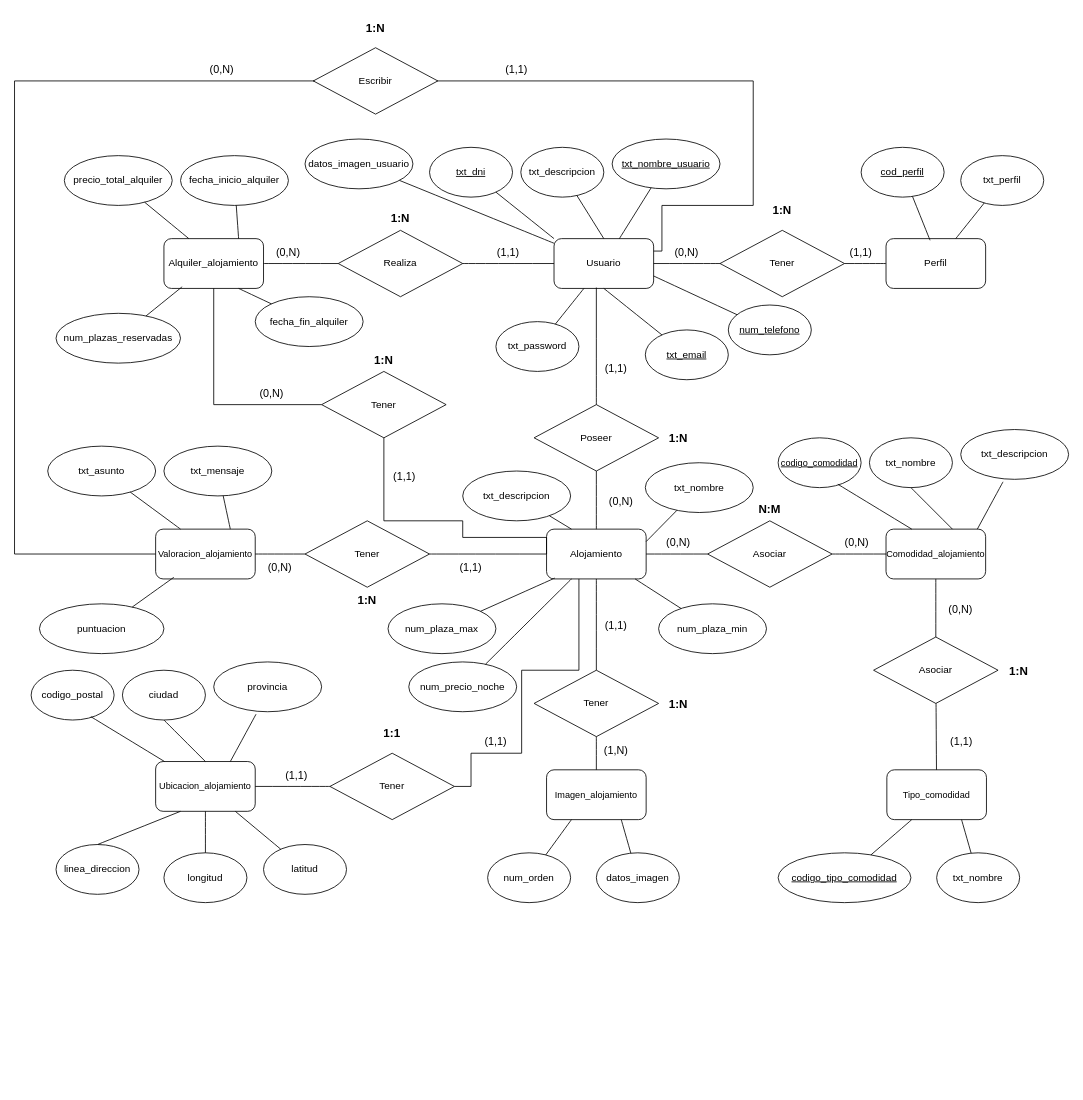
Above: public-resources/Base de Datos/Diagrama Entidad-Relacion.drawio in Juan-Martinx/portal_del_viajero-PI- (draw.io), before the change. Source tidied: cells renumbered, new cells numbered last; positions are measured from the earlier drawing's top-left corner, leaving out a move shared by most shapes. Both pictures are drawn from the tidied source at 83%, with x=0, y=0 at pixel (14, 14).
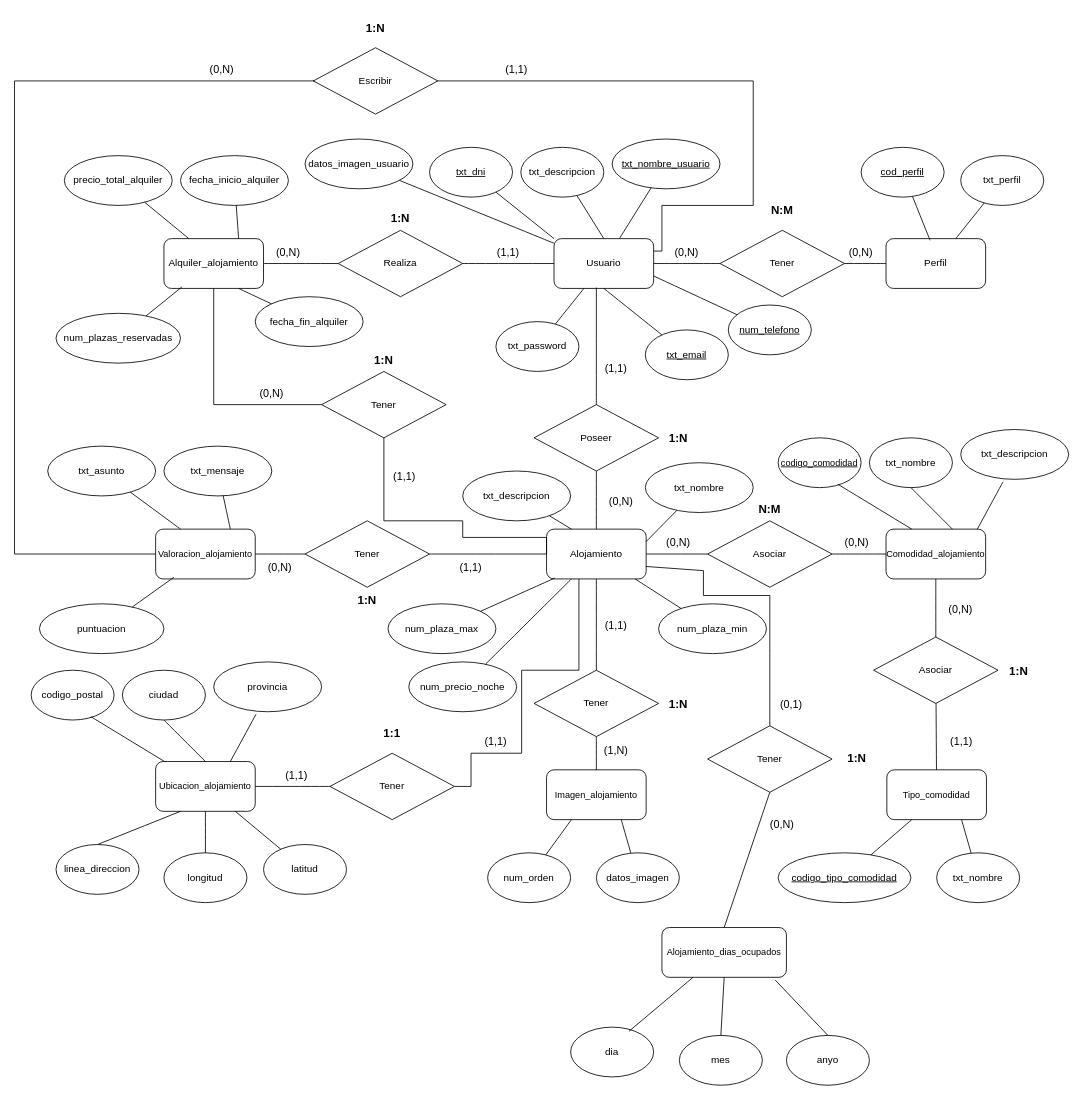
The same diagram, later.

Commit message:
Modificación diagrama entidad-relación.

Unchanged cells that the change refers to:
```xml
<mxCell id="31" value="Alojamiento" style="rounded=1;whiteSpace=wrap;html=1;" parent="1" vertex="1">
  <mxGeometry x="641" y="620" width="120" height="60" as="geometry" />
</mxCell>
```

Change to the diagram source:
```diff
@@
-    <mxCell id="13" value="&lt;font style=&quot;font-size: 13px;&quot;&gt;(1,1)&lt;/font&gt;" style="text;strokeColor=none;fillColor=none;html=1;align=center;verticalAlign=middle;whiteSpace=wrap;rounded=0;fontSize=16;" parent="1" vertex="1">
+    <mxCell id="13" value="&lt;font style=&quot;font-size: 13px;&quot;&gt;(0,N)&lt;/font&gt;" style="text;strokeColor=none;fillColor=none;html=1;align=center;verticalAlign=middle;whiteSpace=wrap;rounded=0;fontSize=16;" parent="1" vertex="1">
       <mxGeometry x="990" y="270" width="60" height="30" as="geometry" />
     </mxCell>
-    <mxCell id="14" value="&lt;font size=&quot;1&quot; style=&quot;&quot;&gt;&lt;b style=&quot;font-size: 14px;&quot;&gt;1:N&lt;/b&gt;&lt;/font&gt;" style="text;strokeColor=none;fillColor=none;html=1;align=center;verticalAlign=middle;whiteSpace=wrap;rounded=0;fontSize=16;" parent="1" vertex="1">
+    <mxCell id="14" value="&lt;font size=&quot;1&quot; style=&quot;&quot;&gt;&lt;b style=&quot;font-size: 14px;&quot;&gt;N:M&lt;/b&gt;&lt;/font&gt;" style="text;strokeColor=none;fillColor=none;html=1;align=center;verticalAlign=middle;whiteSpace=wrap;rounded=0;fontSize=16;" parent="1" vertex="1">
       <mxGeometry x="895" y="220" width="60" height="30" as="geometry" />
     </mxCell>
@@
+    <mxCell id="140" value="Tener" style="rhombus;whiteSpace=wrap;html=1;" parent="1" vertex="1">
+      <mxGeometry x="835" y="857" width="150" height="80" as="geometry" />
+    </mxCell>
+    <mxCell id="141" value="&lt;font style=&quot;font-size: 13px;&quot;&gt;(0,N)&lt;/font&gt;" style="text;strokeColor=none;fillColor=none;html=1;align=center;verticalAlign=middle;whiteSpace=wrap;rounded=0;fontSize=16;" parent="1" vertex="1">
+      <mxGeometry x="895" y="960" width="60" height="30" as="geometry" />
+    </mxCell>
+    <mxCell id="142" value="&lt;font style=&quot;font-size: 11px;&quot;&gt;Alojamiento_dias_ocupados&lt;/font&gt;" style="rounded=1;whiteSpace=wrap;html=1;" parent="1" vertex="1">
+      <mxGeometry x="780" y="1100" width="150" height="60" as="geometry" />
+    </mxCell>
+    <mxCell id="143" style="endArrow=none;html=1;rounded=0;entryX=1;entryY=0.75;entryDx=0;entryDy=0;exitX=0.5;exitY=0;exitDx=0;exitDy=0;" parent="1" edge="1" source="140" target="31">
+      <mxGeometry relative="1" as="geometry">
+        <Array as="points">
+          <mxPoint x="910" y="770" />
+          <mxPoint x="910" y="700" />
+          <mxPoint x="830" y="700" />
+          <mxPoint x="830" y="670" />
+        </Array>
+      </mxGeometry>
+    </mxCell>
+    <mxCell id="144" style="endArrow=none;html=1;rounded=0;entryX=0.5;entryY=1;entryDx=0;entryDy=0;exitX=0.5;exitY=0;exitDx=0;exitDy=0;" parent="1" edge="1" source="142" target="140">
+      <mxGeometry relative="1" as="geometry" />
+    </mxCell>
+    <mxCell id="145" value="&lt;font style=&quot;font-size: 13px;&quot;&gt;(0,1)&lt;/font&gt;" style="text;strokeColor=none;fillColor=none;html=1;align=center;verticalAlign=middle;whiteSpace=wrap;rounded=0;fontSize=16;" parent="1" vertex="1">
+      <mxGeometry x="906" y="815" width="60" height="30" as="geometry" />
+    </mxCell>
+    <mxCell id="146" value="&lt;font style=&quot;font-size: 14px;&quot;&gt;&lt;b&gt;1:N&lt;/b&gt;&lt;/font&gt;" style="text;strokeColor=none;fillColor=none;html=1;align=center;verticalAlign=middle;whiteSpace=wrap;rounded=0;fontSize=16;" parent="1" vertex="1">
+      <mxGeometry x="985" y="880" width="60" height="30" as="geometry" />
+    </mxCell>
+    <mxCell id="147" value="dia" style="ellipse;whiteSpace=wrap;html=1;" parent="1" vertex="1">
+      <mxGeometry x="670" y="1220" width="100" height="60" as="geometry" />
+    </mxCell>
+    <mxCell id="148" style="endArrow=none;html=1;rounded=0;exitX=0.704;exitY=0.083;exitDx=0;exitDy=0;entryX=0.25;entryY=1;entryDx=0;entryDy=0;exitPerimeter=0;" parent="1" edge="1" source="147" target="142">
+      <mxGeometry relative="1" as="geometry" />
+    </mxCell>
+    <mxCell id="149" value="mes" style="ellipse;whiteSpace=wrap;html=1;" parent="1" vertex="1">
+      <mxGeometry x="801" y="1230" width="100" height="60" as="geometry" />
+    </mxCell>
+    <mxCell id="150" style="endArrow=none;html=1;rounded=0;exitX=0.5;exitY=0;exitDx=0;exitDy=0;entryX=0.5;entryY=1;entryDx=0;entryDy=0;" parent="1" edge="1" source="149" target="142">
+      <mxGeometry relative="1" as="geometry" />
+    </mxCell>
+    <mxCell id="151" value="anyo" style="ellipse;whiteSpace=wrap;html=1;" parent="1" vertex="1">
+      <mxGeometry x="930" y="1230" width="100" height="60" as="geometry" />
+    </mxCell>
+    <mxCell id="152" style="endArrow=none;html=1;rounded=0;exitX=0.5;exitY=0;exitDx=0;exitDy=0;entryX=0.91;entryY=1.055;entryDx=0;entryDy=0;entryPerimeter=0;" parent="1" edge="1" source="151" target="142">
+      <mxGeometry relative="1" as="geometry" />
+    </mxCell>
```
